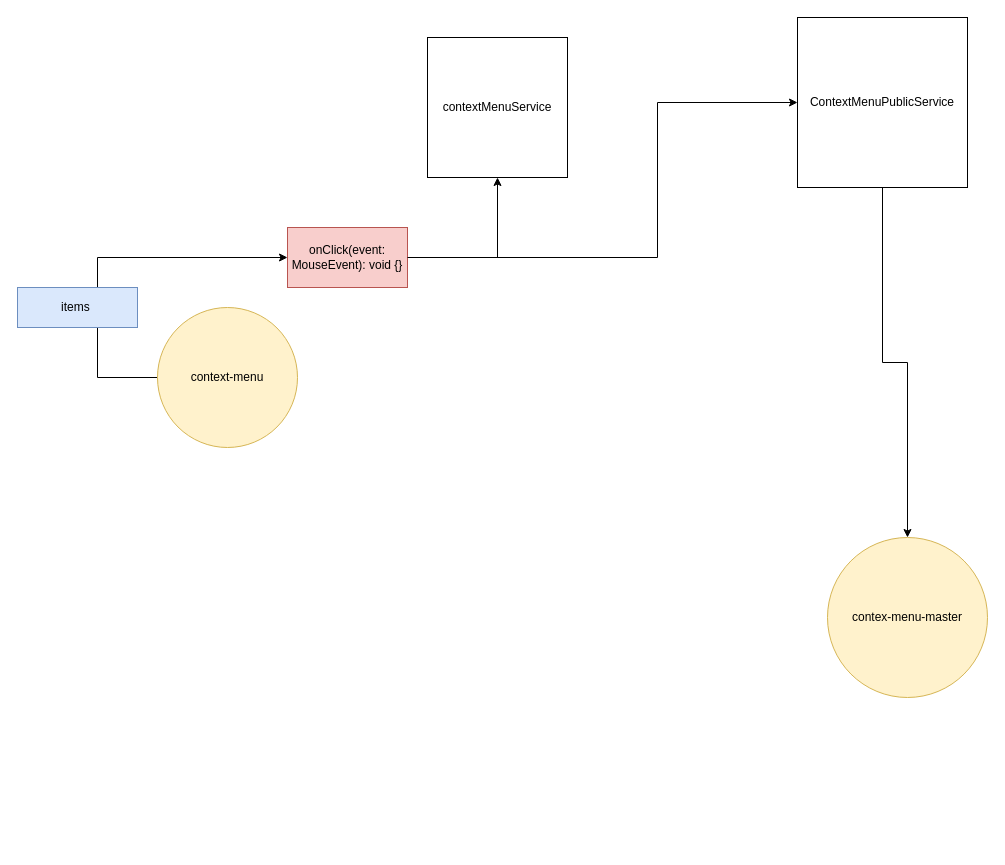
This is 1.drawio from konstantin13-hi/graphics, a draw.io file, before an edit. Source tidied: cells renumbered, new cells numbered last; positions are measured from the earlier drawing's top-left corner, leaving out a move shared by most shapes. Both pictures are drawn from the tidied source at 100%, with x=0, y=0 at pixel (17, 17).
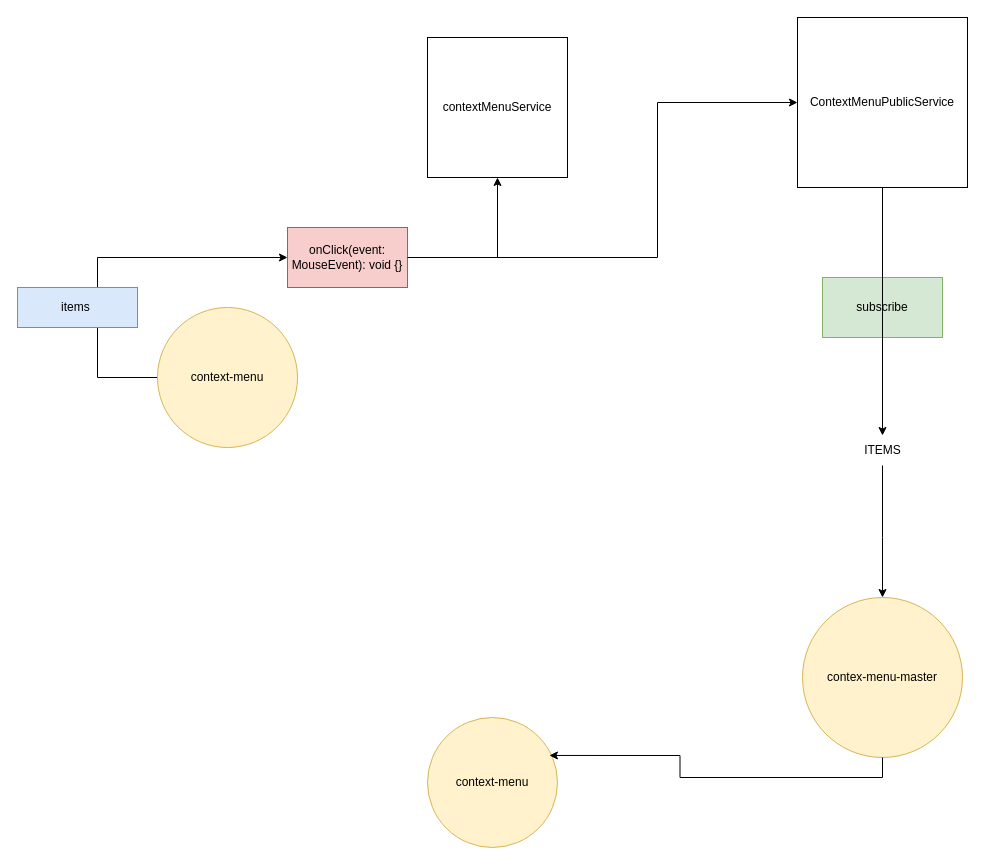
The same page after the edit.

The change refers to these unchanged cells:
```xml
<mxCell id="4" value="ContextMenuPublicService" style="whiteSpace=wrap;html=1;" parent="1" vertex="1">
  <mxGeometry x="780" width="170" height="170" as="geometry" />
</mxCell>
```

The edit, as a diff of the source:
```diff
@@
-    <mxCell id="3" style="edgeStyle=orthogonalEdgeStyle;rounded=0;jettySize=auto;html=1;entryX=0.5;entryY=0;entryDx=0;entryDy=0;" parent="1" edge="1" source="4" target="5">
-      <mxGeometry relative="1" as="geometry" />
+    <mxCell id="3" style="edgeStyle=orthogonalEdgeStyle;rounded=0;jettySize=auto;html=1;entryX=0.5;entryY=0;entryDx=0;entryDy=0;" parent="1" edge="1" source="14" target="5">
+      <mxGeometry relative="1" as="geometry">
+        <Array as="points">
+          <mxPoint x="865" y="520" />
+        </Array>
+      </mxGeometry>
     </mxCell>
@@
     <mxCell id="5" value="contex-menu-master" style="ellipse;whiteSpace=wrap;html=1;fillColor=#fff2cc;strokeColor=#d6b656;" parent="1" vertex="1">
-      <mxGeometry x="810" y="520" width="160" height="160" as="geometry" />
+      <mxGeometry x="785" y="580" width="160" height="160" as="geometry" />
     </mxCell>
@@
+    <mxCell id="12" value="subscribe" style="rounded=0;whiteSpace=wrap;html=1;fillColor=#d5e8d4;strokeColor=#82b366;" parent="1" vertex="1">
+      <mxGeometry x="805" y="260" width="120" height="60" as="geometry" />
+    </mxCell>
+    <mxCell id="13" style="edgeStyle=orthogonalEdgeStyle;rounded=0;jettySize=auto;html=1;entryX=0.5;entryY=0;entryDx=0;entryDy=0;" parent="1" edge="1" source="4" target="14">
+      <mxGeometry relative="1" as="geometry" />
+    </mxCell>
+    <mxCell id="14" value="ITEMS" style="text;html=1;align=center;verticalAlign=middle;points=[];strokeColor=none;fillColor=none;" parent="1" vertex="1">
+      <mxGeometry x="835" y="418" width="60" height="30" as="geometry" />
+    </mxCell>
+    <mxCell id="15" value="context-menu" style="ellipse;whiteSpace=wrap;html=1;fillColor=#fff2cc;strokeColor=#d6b656;" parent="1" vertex="1">
+      <mxGeometry x="410" y="700" width="130" height="130" as="geometry" />
+    </mxCell>
+    <mxCell id="16" style="edgeStyle=orthogonalEdgeStyle;rounded=0;jettySize=auto;html=1;entryX=0.938;entryY=0.292;entryDx=0;entryDy=0;entryPerimeter=0;exitX=0.5;exitY=1;exitDx=0;exitDy=0;" parent="1" edge="1" source="5" target="15">
+      <mxGeometry relative="1" as="geometry" />
+    </mxCell>
```
